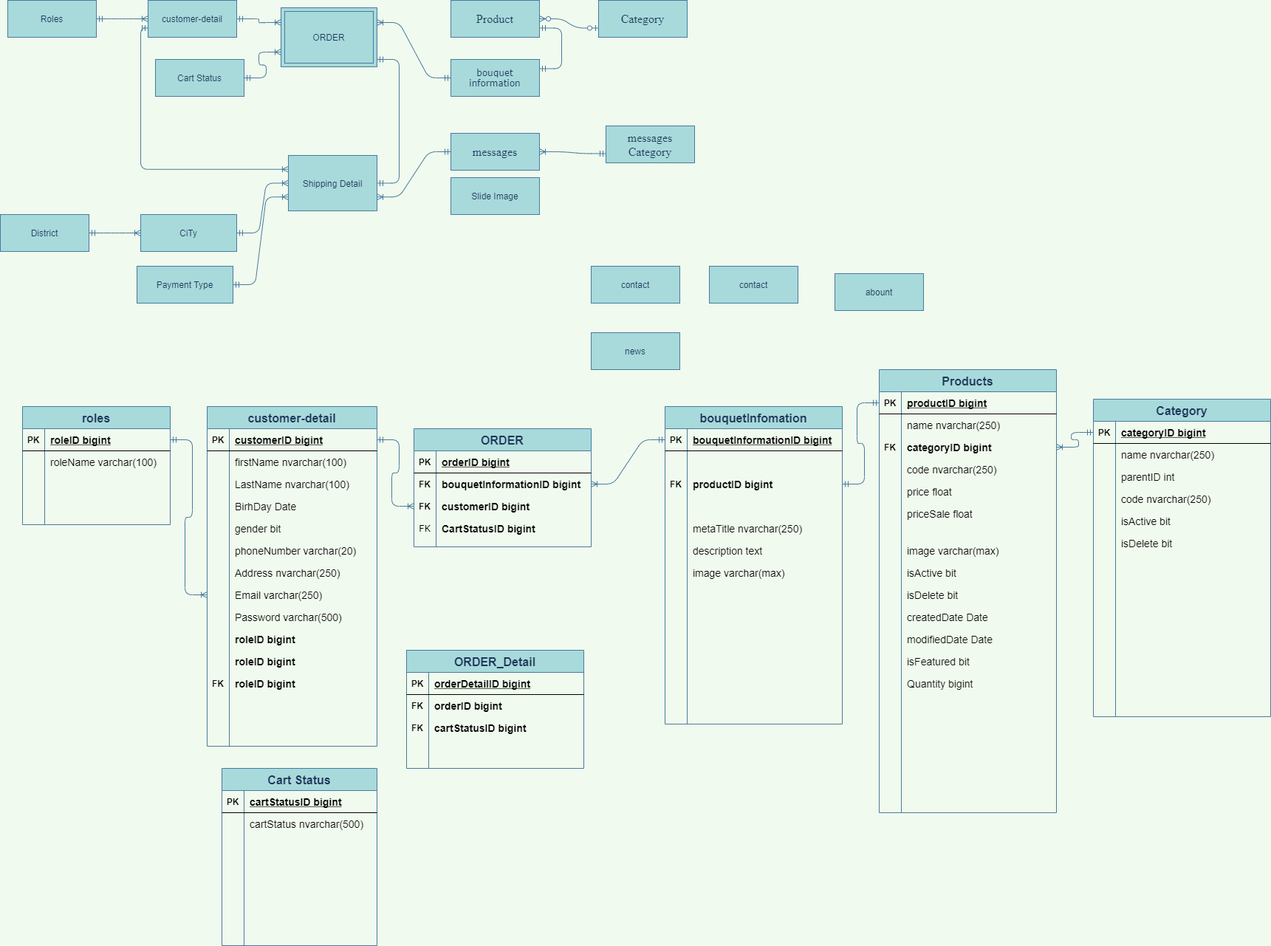
Earlier version of the draw.io export Untitled Diagram.png (maialino123/Eproject-SEM3). Source tidied: cells renumbered, new cells last; positions are measured from the earlier drawing's top-left corner, leaving out a move shared by most shapes.
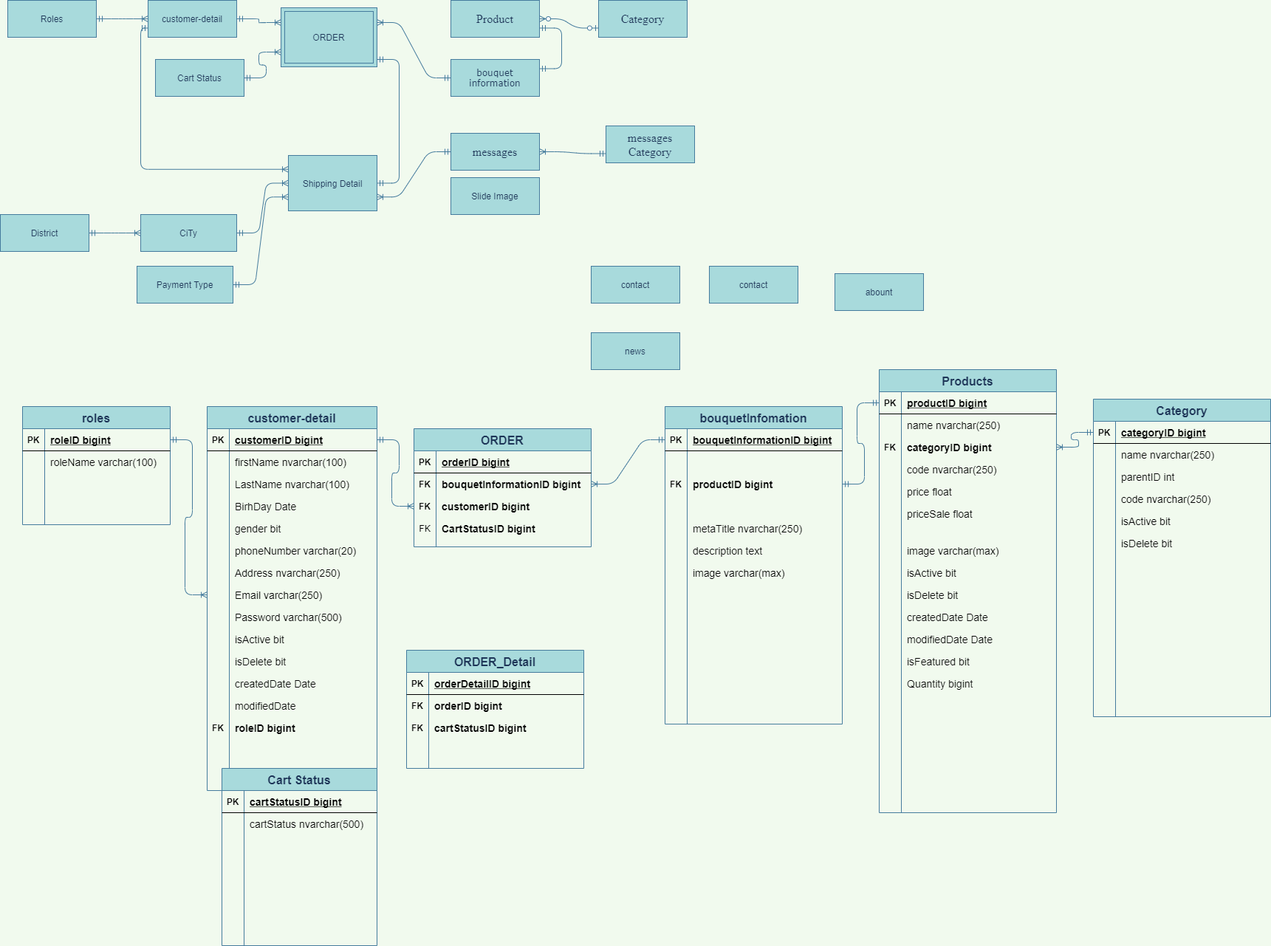
After the commit.

Change to the diagram source:
```diff
@@ -134,7 +134,7 @@
       <mxGeometry x="30" width="170" height="30" as="geometry" />
     </mxCell>
     <mxCell id="45" value="customer-detail" style="shape=table;startSize=30;rowLines=0;fontStyle=1;align=center;rounded=0;sketch=0;fontColor=#1D3557;strokeColor=#457B9D;fillColor=#A8DADC;fontSize=16;" parent="1" vertex="1">
-      <mxGeometry x="280" y="550" width="230" height="460" as="geometry" />
+      <mxGeometry x="280" y="550" width="230" height="520" as="geometry" />
     </mxCell>
     <mxCell id="46" style="shape=partialRectangle;fillColor=none;top=0;left=0;bottom=1;right=0;points=[[0,0.5],[1,0.5]];portConstraint=eastwest;" parent="45" vertex="1">
       <mxGeometry y="30" width="230" height="30" as="geometry" />
@@ -223,7 +223,7 @@
     <mxCell id="74" style="shape=partialRectangle;fillColor=none;top=0;left=0;bottom=0;right=0;overflow=hidden;fontStyle=1;" parent="73" vertex="1">
       <mxGeometry width="30" height="30" as="geometry" />
     </mxCell>
-    <mxCell id="75" value="roleID bigint" style="shape=partialRectangle;fillColor=none;top=0;left=0;bottom=0;right=0;align=left;spacingLeft=6;overflow=hidden;fontSize=14;fontStyle=1;" parent="73" vertex="1">
+    <mxCell id="75" value="isActive bit" style="shape=partialRectangle;fillColor=none;top=0;left=0;bottom=0;right=0;align=left;spacingLeft=6;overflow=hidden;fontSize=14;fontStyle=0;" parent="73" vertex="1">
       <mxGeometry x="30" width="200" height="30" as="geometry" />
     </mxCell>
     <mxCell id="76" style="shape=partialRectangle;fillColor=none;top=0;left=0;bottom=0;right=0;" parent="45" vertex="1">
@@ -232,18 +232,36 @@
     <mxCell id="77" style="shape=partialRectangle;fillColor=none;top=0;left=0;bottom=0;right=0;overflow=hidden;fontStyle=1;" parent="76" vertex="1">
       <mxGeometry width="30" height="30" as="geometry" />
     </mxCell>
-    <mxCell id="78" value="roleID bigint" style="shape=partialRectangle;fillColor=none;top=0;left=0;bottom=0;right=0;align=left;spacingLeft=6;overflow=hidden;fontSize=14;fontStyle=1;" parent="76" vertex="1">
+    <mxCell id="78" value="isDelete bit" style="shape=partialRectangle;fillColor=none;top=0;left=0;bottom=0;right=0;align=left;spacingLeft=6;overflow=hidden;fontSize=14;fontStyle=0;" parent="76" vertex="1">
       <mxGeometry x="30" width="200" height="30" as="geometry" />
     </mxCell>
     <mxCell id="79" style="shape=partialRectangle;fillColor=none;top=0;left=0;bottom=0;right=0;" parent="45" vertex="1">
       <mxGeometry y="360" width="230" height="30" as="geometry" />
     </mxCell>
-    <mxCell id="80" value="FK" style="shape=partialRectangle;fillColor=none;top=0;left=0;bottom=0;right=0;overflow=hidden;fontStyle=1;" parent="79" vertex="1">
+    <mxCell id="80" style="shape=partialRectangle;fillColor=none;top=0;left=0;bottom=0;right=0;overflow=hidden;fontStyle=1;" parent="79" vertex="1">
       <mxGeometry width="30" height="30" as="geometry" />
     </mxCell>
-    <mxCell id="81" value="roleID bigint" style="shape=partialRectangle;fillColor=none;top=0;left=0;bottom=0;right=0;align=left;spacingLeft=6;overflow=hidden;fontSize=14;fontStyle=1;" parent="79" vertex="1">
+    <mxCell id="81" value="createdDate Date" style="shape=partialRectangle;fillColor=none;top=0;left=0;bottom=0;right=0;align=left;spacingLeft=6;overflow=hidden;fontSize=14;fontStyle=0;" parent="79" vertex="1">
       <mxGeometry x="30" width="200" height="30" as="geometry" />
     </mxCell>
+    <mxCell id="229" style="shape=partialRectangle;fillColor=none;top=0;left=0;bottom=0;right=0;" parent="45" vertex="1">
+      <mxGeometry y="390" width="230" height="30" as="geometry" />
+    </mxCell>
+    <mxCell id="230" style="shape=partialRectangle;fillColor=none;top=0;left=0;bottom=0;right=0;overflow=hidden;fontStyle=1;" parent="229" vertex="1">
+      <mxGeometry width="30" height="30" as="geometry" />
+    </mxCell>
+    <mxCell id="231" value="modifiedDate" style="shape=partialRectangle;fillColor=none;top=0;left=0;bottom=0;right=0;align=left;spacingLeft=6;overflow=hidden;fontSize=14;fontStyle=0;" parent="229" vertex="1">
+      <mxGeometry x="30" width="200" height="30" as="geometry" />
+    </mxCell>
+    <mxCell id="232" style="shape=partialRectangle;fillColor=none;top=0;left=0;bottom=0;right=0;" parent="45" vertex="1">
+      <mxGeometry y="420" width="230" height="30" as="geometry" />
+    </mxCell>
+    <mxCell id="233" value="FK" style="shape=partialRectangle;fillColor=none;top=0;left=0;bottom=0;right=0;overflow=hidden;fontStyle=1;" parent="232" vertex="1">
+      <mxGeometry width="30" height="30" as="geometry" />
+    </mxCell>
+    <mxCell id="234" value="roleID bigint" style="shape=partialRectangle;fillColor=none;top=0;left=0;bottom=0;right=0;align=left;spacingLeft=6;overflow=hidden;fontSize=14;fontStyle=1;" parent="232" vertex="1">
+      <mxGeometry x="30" width="200" height="30" as="geometry" />
+    </mxCell>
     <mxCell id="82" value="Cart Status" style="shape=table;startSize=30;rowLines=0;fontStyle=1;align=center;rounded=0;sketch=0;fontColor=#1D3557;strokeColor=#457B9D;fillColor=#A8DADC;fontSize=16;" parent="1" vertex="1">
       <mxGeometry x="300" y="1040" width="210" height="240" as="geometry" />
     </mxCell>
```
